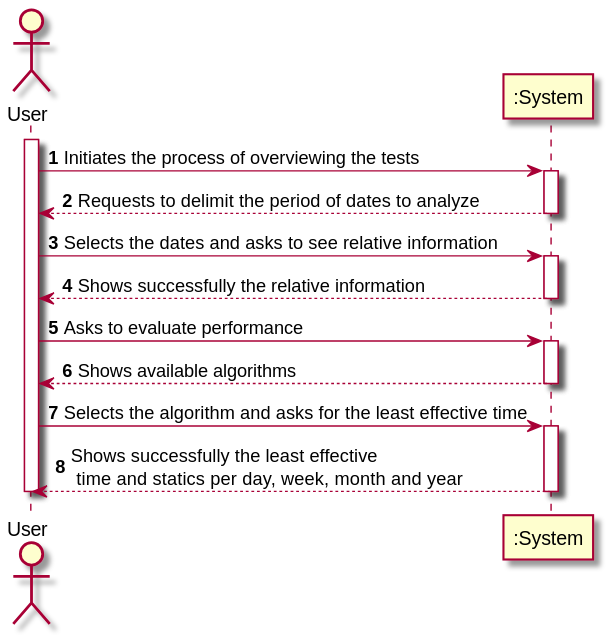
Before: docs/SprintD/US16/US16_SSD.svg, a diagram exported from PlantUML (manu-07-ela/LAPR2_ISEP).
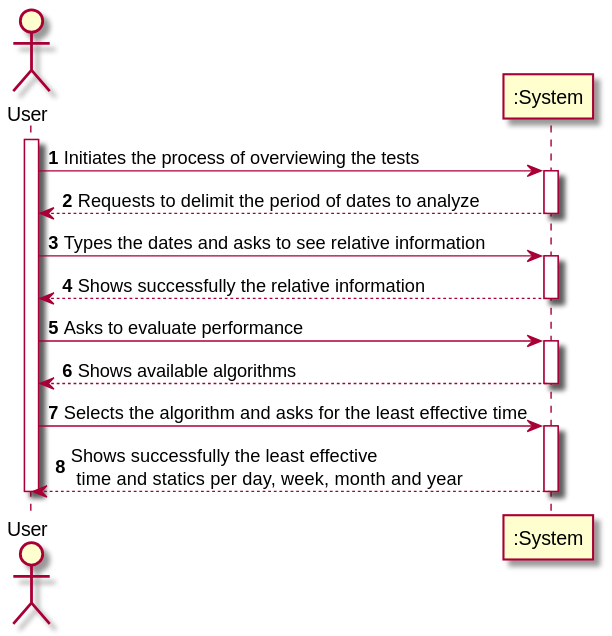
After the commit.

The edit, as a diff of the source:
```diff
@@ -9,7 +9,7 @@
 ":System" --> User : Requests to delimit the period of dates to analyze
 deactivate ":System"
 
-User -> ":System" : Selects the dates and asks to see relative information
+User -> ":System" : Types the dates and asks to see relative information
 activate ":System"
 
 ":System" --> User : Shows successfully the relative information
```
